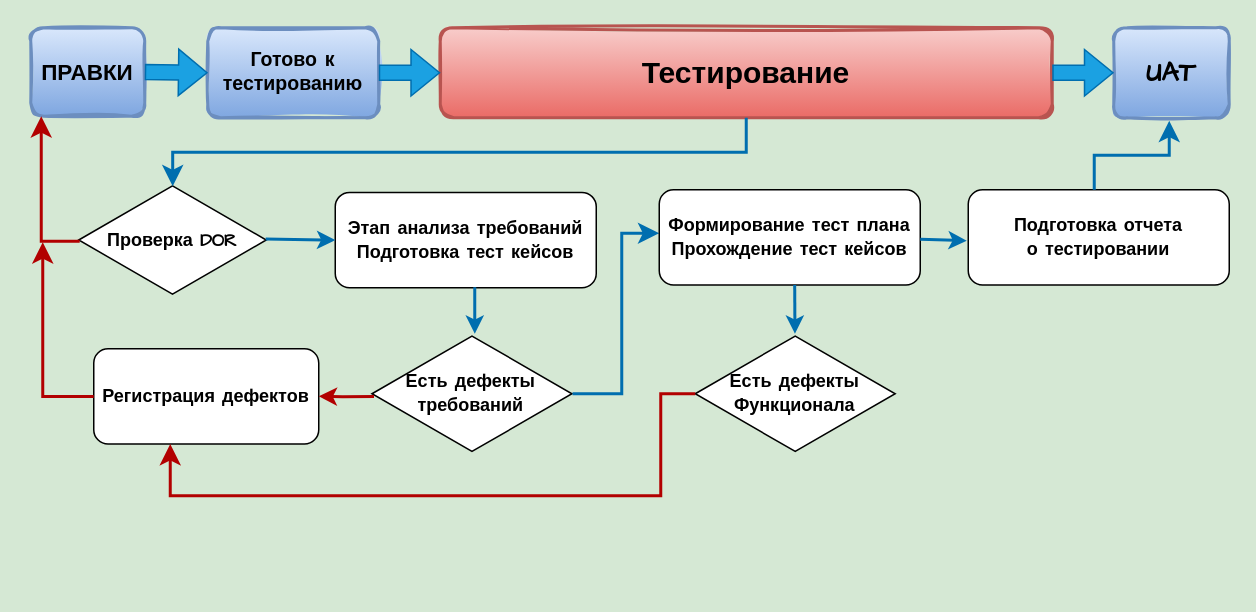
Vitgit31/draw keeps this draw.io diagram as test-flow.drawio. Above is the earlier version. Source tidied: cells renumbered, new cells numbered last; positions are measured from the earlier drawing's top-left corner, leaving out a move shared by most shapes. Both pictures are drawn from the tidied source at 150%, with x=0, y=0 at pixel (30, 27).
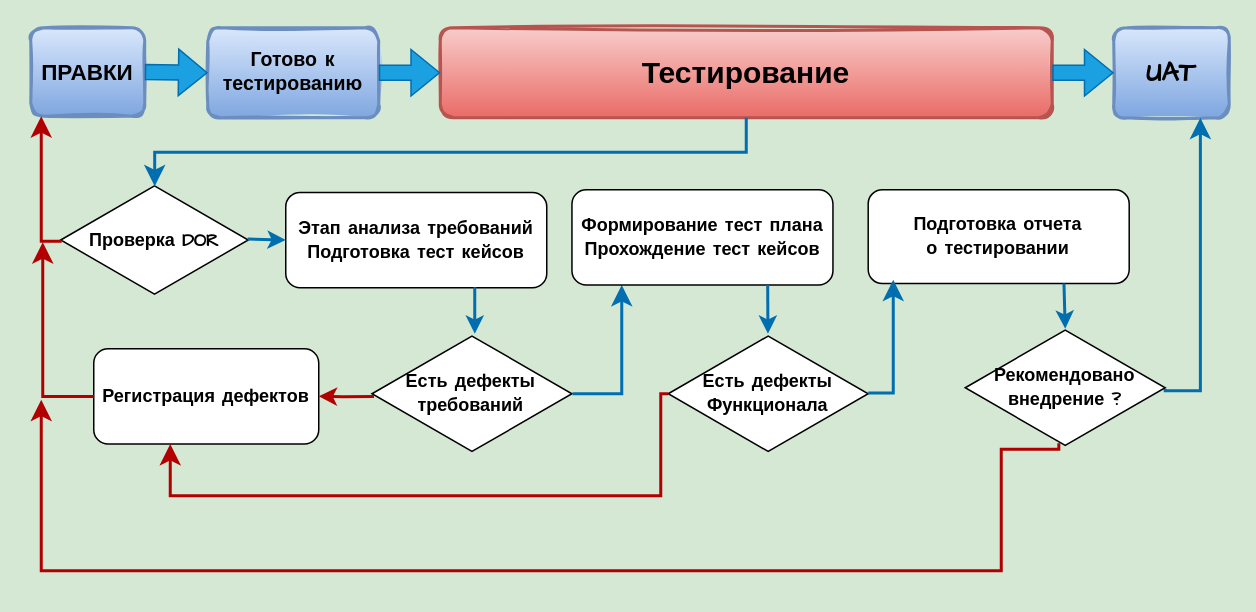
The same page after the edit.

Unchanged cells that the change refers to:
```xml
<mxCell id="5" value="&lt;font style=&quot;font-size: 18px;&quot; face=&quot;Comic Sans MS&quot;&gt;&lt;b&gt;UAT&lt;/b&gt;&lt;/font&gt;" style="rounded=1;whiteSpace=wrap;html=1;strokeWidth=2;fillWeight=4;hachureGap=8;hachureAngle=45;fillColor=#dae8fc;sketch=1;gradientColor=#7ea6e0;strokeColor=#6c8ebf;" parent="1" vertex="1">
  <mxGeometry x="722" width="77" height="60" as="geometry" />
</mxCell>
<mxCell id="15" value="&lt;b&gt;&lt;font face=&quot;Comic Sans MS&quot;&gt;Есть дефекты&lt;/font&gt;&lt;/b&gt;&lt;div&gt;&lt;b&gt;&lt;font face=&quot;Comic Sans MS&quot;&gt;требований&lt;/font&gt;&lt;/b&gt;&lt;/div&gt;" style="html=1;whiteSpace=wrap;shape=isoRectangle;" parent="1" vertex="1">
  <mxGeometry x="227.5" y="204" width="133.3" height="80" as="geometry" />
</mxCell>
```

Change to the diagram source:
```diff
@@
     <mxCell id="8" value="&lt;b&gt;&lt;font face=&quot;Comic Sans MS&quot;&gt;Проверка DOR&lt;/font&gt;&lt;/b&gt;" style="html=1;whiteSpace=wrap;shape=isoRectangle;" parent="1" vertex="1">
-      <mxGeometry x="32" y="104" width="125" height="75" as="geometry" />
+      <mxGeometry x="20" y="104" width="125" height="75" as="geometry" />
     </mxCell>
@@
     <mxCell id="13" value="&lt;b&gt;&lt;font face=&quot;Comic Sans MS&quot;&gt;Этап анализа требований&lt;br&gt;Подготовка тест кейсов&lt;/font&gt;&lt;/b&gt;" style="rounded=1;whiteSpace=wrap;html=1;" parent="1" vertex="1">
-      <mxGeometry x="203" y="109.8" width="174" height="63.5" as="geometry" />
+      <mxGeometry x="170" y="109.8" width="174" height="63.5" as="geometry" />
     </mxCell>
@@
-    <mxCell id="16" style="edgeStyle=elbowEdgeStyle;elbow=horizontal;endArrow=classic;html=1;curved=0;rounded=0;endSize=8;startSize=8;strokeWidth=2;fillColor=#1ba1e2;strokeColor=#006EAF;exitX=1.003;exitY=0.501;exitDx=0;exitDy=0;exitPerimeter=0;" parent="1" edge="1" source="15">
+    <mxCell id="16" style="edgeStyle=elbowEdgeStyle;elbow=horizontal;endArrow=classic;html=1;curved=0;rounded=0;endSize=8;startSize=8;strokeWidth=2;fillColor=#1ba1e2;strokeColor=#006EAF;exitX=1.003;exitY=0.501;exitDx=0;exitDy=0;exitPerimeter=0;" parent="1" edge="1" source="15" target="17">
       <mxGeometry relative="1" as="geometry">
-        <mxPoint x="419" y="137" as="targetPoint" />
         <Array as="points">
           <mxPoint x="394" y="184" />
         </Array>
       </mxGeometry>
     </mxCell>
     <mxCell id="17" value="&lt;font face=&quot;Comic Sans MS&quot;&gt;&lt;b&gt;Формирование тест плана&lt;br&gt;Прохождение тест кейсов&lt;/b&gt;&lt;/font&gt;" style="rounded=1;whiteSpace=wrap;html=1;" parent="1" vertex="1">
-      <mxGeometry x="419" y="108" width="174" height="63.5" as="geometry" />
+      <mxGeometry x="360.8" y="108" width="174" height="63.5" as="geometry" />
     </mxCell>
@@
     <mxCell id="19" value="&lt;b&gt;&lt;font face=&quot;Comic Sans MS&quot;&gt;Есть дефекты&lt;/font&gt;&lt;/b&gt;&lt;div&gt;&lt;b&gt;&lt;font face=&quot;Comic Sans MS&quot;&gt;Функционала&lt;/font&gt;&lt;/b&gt;&lt;/div&gt;" style="html=1;whiteSpace=wrap;shape=isoRectangle;" parent="1" vertex="1">
-      <mxGeometry x="443" y="204" width="133.3" height="80" as="geometry" />
+      <mxGeometry x="425" y="204" width="133.3" height="80" as="geometry" />
     </mxCell>
-    <mxCell id="20" style="endArrow=classic;html=1;rounded=0;strokeWidth=2;fillColor=#1ba1e2;strokeColor=#006EAF;" parent="1" edge="1" target="19">
-      <mxGeometry relative="1" as="geometry">
-        <mxPoint x="509.3" y="171.5" as="sourcePoint" />
-      </mxGeometry>
+    <mxCell id="20" style="endArrow=classic;html=1;rounded=0;strokeWidth=2;fillColor=#1ba1e2;strokeColor=#006EAF;exitX=0.75;exitY=1;exitDx=0;exitDy=0;" parent="1" edge="1" source="17" target="19">
+      <mxGeometry relative="1" as="geometry" />
     </mxCell>
     <mxCell id="21" value="&lt;font face=&quot;Comic Sans MS&quot;&gt;&lt;b&gt;Подготовка отчета&lt;br&gt;о тестировании&lt;/b&gt;&lt;/font&gt;" style="rounded=1;whiteSpace=wrap;html=1;" parent="1" vertex="1">
-      <mxGeometry x="625" y="108" width="174" height="63.5" as="geometry" />
+      <mxGeometry x="558.3" y="108" width="174" height="62.5" as="geometry" />
     </mxCell>
-    <mxCell id="22" style="edgeStyle=elbowEdgeStyle;elbow=vertical;endArrow=classic;html=1;curved=0;rounded=0;endSize=8;startSize=8;fillColor=#1ba1e2;strokeColor=#006EAF;strokeWidth=2;" parent="1" edge="1">
+    <mxCell id="22" style="edgeStyle=elbowEdgeStyle;elbow=vertical;endArrow=classic;html=1;curved=0;rounded=0;endSize=8;startSize=8;fillColor=#1ba1e2;strokeColor=#006EAF;strokeWidth=2;exitX=1;exitY=0.508;exitDx=0;exitDy=0;exitPerimeter=0;entryX=0.75;entryY=1;entryDx=0;entryDy=0;" parent="1" edge="1" source="28" target="5">
       <mxGeometry relative="1" as="geometry">
-        <mxPoint x="709" y="108" as="sourcePoint" />
-        <mxPoint x="759" y="62" as="targetPoint" />
+        <Array as="points">
+          <mxPoint x="751" y="242" />
+        </Array>
       </mxGeometry>
     </mxCell>
-    <mxCell id="23" style="endArrow=classic;html=1;rounded=0;exitX=0.997;exitY=0.492;exitDx=0;exitDy=0;strokeWidth=2;exitPerimeter=0;fillColor=#1ba1e2;strokeColor=#006EAF;" parent="1" edge="1">
-      <mxGeometry relative="1" as="geometry">
-        <mxPoint x="593" y="141" as="sourcePoint" />
-        <mxPoint x="624" y="142" as="targetPoint" />
-      </mxGeometry>
-    </mxCell>
@@
+    <mxCell id="28" value="&lt;font face=&quot;Comic Sans MS&quot;&gt;&lt;b&gt;Рекомендовано внедрение ?&lt;/b&gt;&lt;/font&gt;" style="html=1;whiteSpace=wrap;shape=isoRectangle;" parent="1" vertex="1">
+      <mxGeometry x="623" y="200" width="133.3" height="80" as="geometry" />
+    </mxCell>
+    <mxCell id="29" style="edgeStyle=segmentEdgeStyle;endArrow=classic;html=1;curved=0;rounded=0;endSize=8;startSize=8;fillColor=#e51400;strokeColor=#B20000;strokeWidth=2;exitX=0.468;exitY=0.963;exitDx=0;exitDy=0;exitPerimeter=0;" parent="1" edge="1" source="28">
+      <mxGeometry relative="1" as="geometry">
+        <mxPoint x="7" y="248" as="targetPoint" />
+        <Array as="points">
+          <mxPoint x="685" y="281" />
+          <mxPoint x="647" y="281" />
+          <mxPoint x="647" y="362" />
+          <mxPoint x="7" y="362" />
+        </Array>
+      </mxGeometry>
+    </mxCell>
+    <mxCell id="30" style="endArrow=classic;html=1;rounded=0;strokeWidth=2;fillColor=#1ba1e2;strokeColor=#006EAF;entryX=0.5;entryY=0.008;entryDx=0;entryDy=0;entryPerimeter=0;exitX=0.75;exitY=1;exitDx=0;exitDy=0;" parent="1" edge="1" source="21" target="28">
+      <mxGeometry relative="1" as="geometry" />
+    </mxCell>
+    <mxCell id="31" style="edgeStyle=elbowEdgeStyle;elbow=horizontal;endArrow=classic;html=1;curved=0;rounded=0;endSize=8;startSize=8;strokeWidth=2;fillColor=#1ba1e2;strokeColor=#006EAF;exitX=1.003;exitY=0.501;exitDx=0;exitDy=0;exitPerimeter=0;entryX=0.096;entryY=0.96;entryDx=0;entryDy=0;entryPerimeter=0;" parent="1" edge="1" target="21">
+      <mxGeometry relative="1" as="geometry">
+        <mxPoint x="558.3" y="243.5" as="sourcePoint" />
+        <Array as="points">
+          <mxPoint x="575" y="240" />
+        </Array>
+      </mxGeometry>
+    </mxCell>
```
